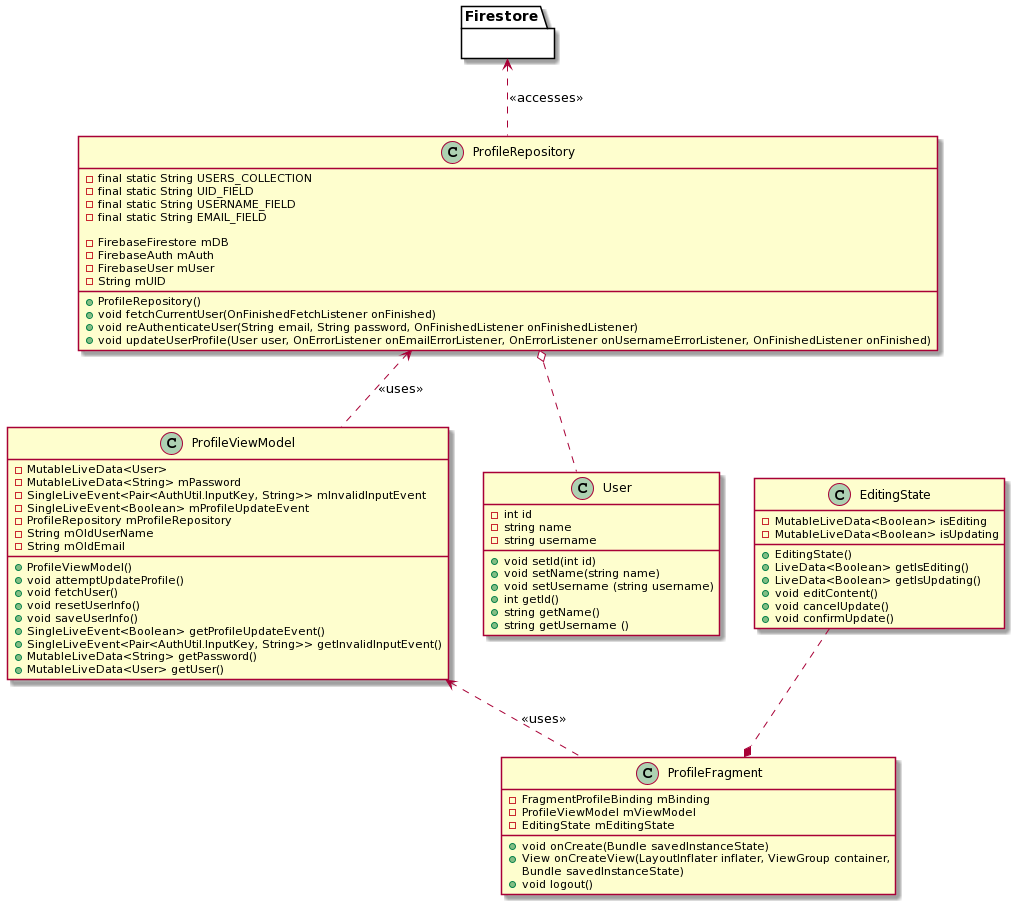
The PlantUML diagram doc/UML/Profile.png in CMPUT301F20T24/Unlibrary, before a commit.
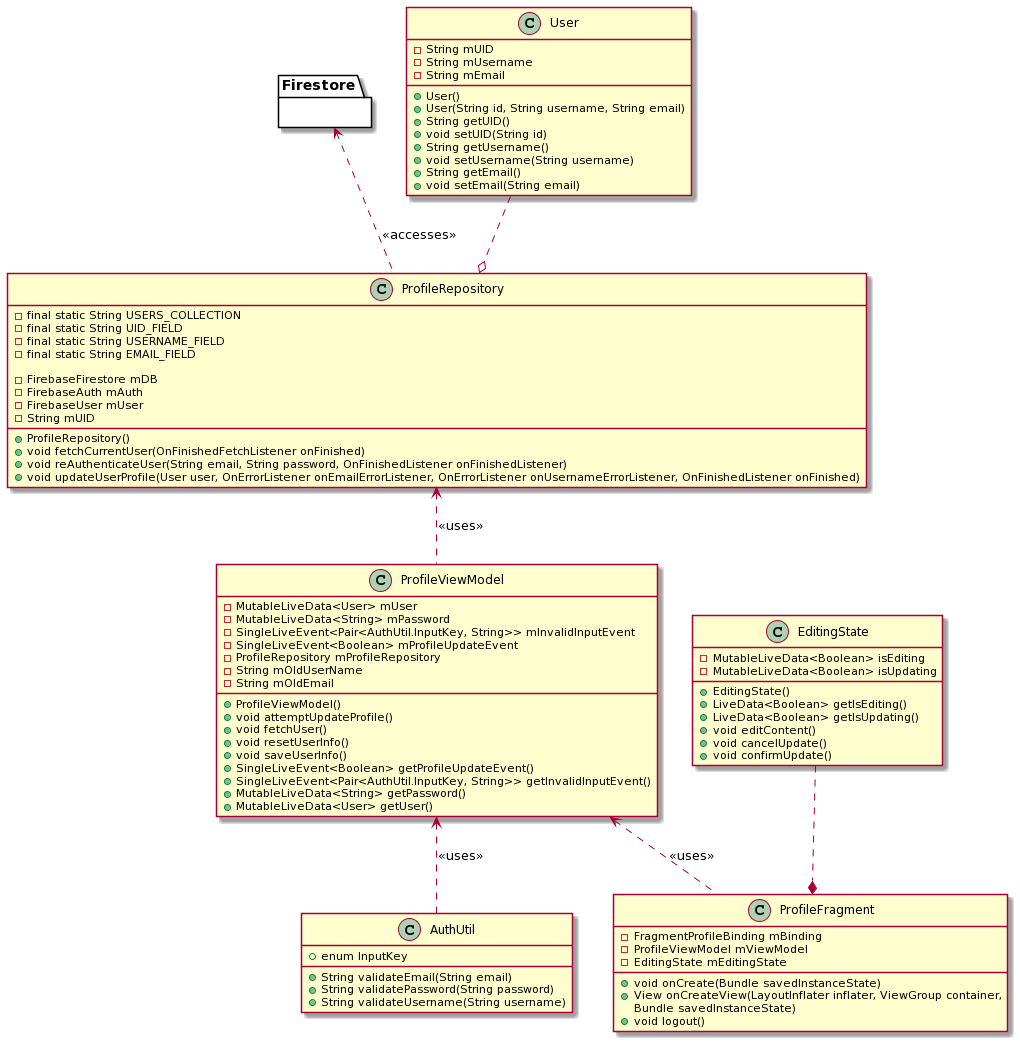
Later version of the same file.

What changed in the source:
```diff
@@ -24,7 +24,7 @@
 EditingState ..* ProfileFragment
 
 class ProfileViewModel {
--MutableLiveData<User>
+-MutableLiveData<User> mUser
 -MutableLiveData<String> mPassword
 -SingleLiveEvent<Pair<AuthUtil.InputKey, String>> mInvalidInputEvent
 -SingleLiveEvent<Boolean> mProfileUpdateEvent
@@ -47,19 +47,22 @@
 package Firestore {
 
 }
+
 class User {
--int id
--string name
--string username
-+void setId(int id)
-+void setName(string name)
-+void setUsername (string username)
-+int getId()
-+string getName()
-+string getUsername ()
+-String mUID
+-String mUsername
+-String mEmail
++User()
++User(String id, String username, String email)
++String getUID()
++void setUID(String id)
++String getUsername()
++void setUsername(String username)
++String getEmail()
++void setEmail(String email)
 }
 
-ProfileRepository o.. User
+User ..o ProfileRepository
 Firestore <.. ProfileRepository: <<accesses>>
 
 class ProfileRepository {
@@ -78,4 +81,13 @@
 +void updateUserProfile(User user, OnErrorListener onEmailErrorListener, OnErrorListener onUsernameErrorListener, OnFinishedListener onFinished)
 }
 ProfileRepository <.. ProfileViewModel: <<uses>>
+
+class AuthUtil{
++enum InputKey
++String validateEmail(String email)
++String validatePassword(String password)
++String validateUsername(String username)
+}
+
+ProfileViewModel <.. AuthUtil: <<uses>>
 @enduml
```
